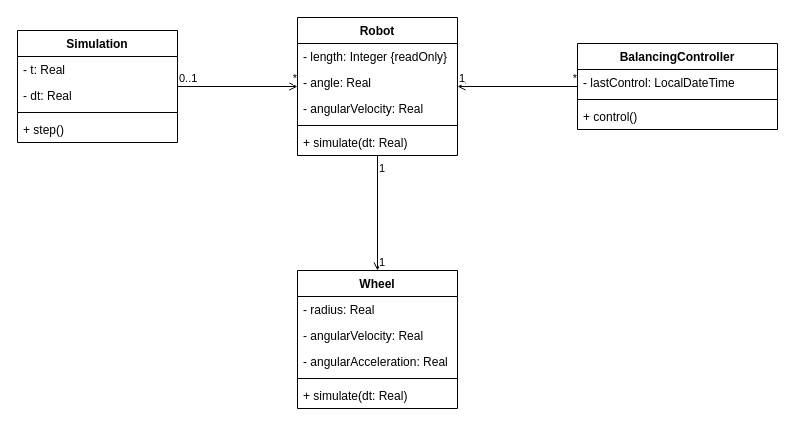
Before: Diagrams/Class Diagram.drawio in highestPACE/balance-avoidance-simulator, a draw.io diagram. Source tidied: cells renumbered, new cells numbered last; positions are measured from the earlier drawing's top-left corner, leaving out a move shared by most shapes. Both pictures are drawn from the tidied source at 100%, with x=0, y=0 at pixel (17, 17).
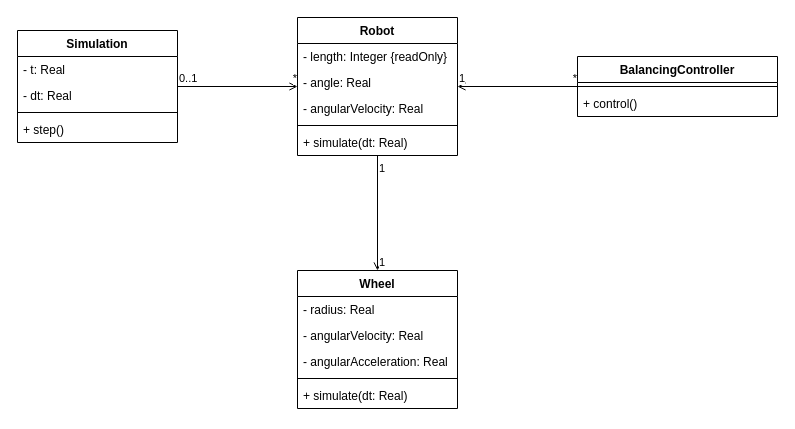
The same diagram, later.

Commit message (it also covers changes not shown here):
In BalancingController: Used dt from simulationsteps instead of timestamp, because simulationsteps are the actual timing

Diff of the diagram source:
```diff
@@
     <mxCell id="25" value="BalancingController" style="swimlane;fontStyle=1;align=center;verticalAlign=top;horizontal=1;startSize=26;whiteSpace=wrap;html=1;" parent="1" vertex="1">
-      <mxGeometry x="560" y="26" width="200" height="86" as="geometry" />
+      <mxGeometry x="560" y="39" width="200" height="60" as="geometry" />
     </mxCell>
-    <mxCell id="26" value="- lastControl: LocalDateTime" style="text;strokeColor=none;fillColor=none;align=left;verticalAlign=top;spacingLeft=4;spacingRight=4;overflow=hidden;whiteSpace=wrap;html=1;" parent="25" vertex="1">
-      <mxGeometry y="26" width="200" height="26" as="geometry" />
-    </mxCell>
     <mxCell id="27" style="line;strokeWidth=1;fillColor=none;align=left;verticalAlign=middle;spacingTop=-1;spacingLeft=3;spacingRight=3;labelPosition=right;strokeColor=inherit;" parent="25" vertex="1">
-      <mxGeometry y="52" width="200" height="8" as="geometry" />
+      <mxGeometry y="26" width="200" height="8" as="geometry" />
     </mxCell>
     <mxCell id="28" value="+ control()" style="text;strokeColor=none;fillColor=none;align=left;verticalAlign=top;spacingLeft=4;spacingRight=4;overflow=hidden;whiteSpace=wrap;html=1;" parent="25" vertex="1">
-      <mxGeometry y="60" width="200" height="26" as="geometry" />
+      <mxGeometry y="34" width="200" height="26" as="geometry" />
     </mxCell>
```
